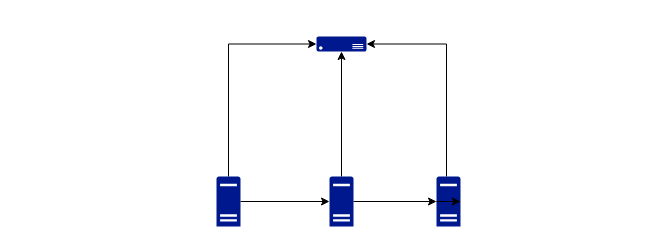
This is 未命名绘图.drawio from IloveCCCP/Onion, a draw.io file, before an edit. Source tidied: cells renumbered, new cells numbered last; positions are measured from the earlier drawing's top-left corner, leaving out a move shared by most shapes. Both pictures are drawn from the tidied source at 100%, with x=0, y=0 at pixel (216, 36).
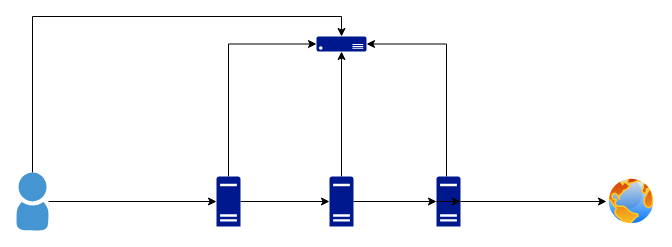
The same page after the edit.

Commit message (it also covers changes not shown here):
更新未命名绘图.drawio

Unchanged cells that the change refers to:
```xml
<mxCell id="4" style="sketch=0;shadow=0;dashed=0;html=1;strokeColor=none;labelPosition=center;verticalLabelPosition=bottom;verticalAlign=top;align=center;fillColor=#00188D;shape=mxgraph.mscae.enterprise.server_generic;" parent="1" vertex="1">
  <mxGeometry y="140" width="24" height="50" as="geometry" />
</mxCell>
<mxCell id="9" style="sketch=0;shadow=0;dashed=0;html=1;strokeColor=none;labelPosition=center;verticalLabelPosition=bottom;verticalAlign=top;align=center;fillColor=#00188D;shape=mxgraph.mscae.enterprise.server_generic;" parent="1" vertex="1">
  <mxGeometry x="220" y="140" width="24" height="50" as="geometry" />
</mxCell>
<mxCell id="10" style="sketch=0;shadow=0;dashed=0;html=1;strokeColor=none;labelPosition=center;verticalLabelPosition=bottom;verticalAlign=top;align=center;fillColor=#00188D;shape=mxgraph.azure.server;" parent="1" vertex="1">
  <mxGeometry x="100" width="50" height="15" as="geometry" />
</mxCell>
```

The edit, as a diff of the source:
```diff
@@
+    <mxCell id="12" style="edgeStyle=orthogonalEdgeStyle;rounded=0;jettySize=auto;html=1;entryX=0;entryY=0.5;entryDx=0;entryDy=0;fontFamily=Helvetica;" parent="1" edge="1" source="9" target="16">
+      <mxGeometry relative="1" as="geometry" />
+    </mxCell>
@@
-    <mxCell id="11" style="edgeStyle=orthogonalEdgeStyle;rounded=0;orthogonalLoop=1;jettySize=auto;html=1;exitX=0;exitY=0.5;exitDx=0;exitDy=0;exitPerimeter=0;entryX=1;entryY=0.5;entryDx=0;entryDy=0;entryPerimeter=0;" parent="1" edge="1" source="9" target="9">
+    <mxCell id="11" style="edgeStyle=orthogonalEdgeStyle;rounded=0;orthogonalLoop=1;jettySize=auto;html=1;exitX=0;exitY=0.5;exitDx=0;exitDy=0;exitPerimeter=0;entryX=1;entryY=0.5;entryDx=0;entryDy=0;entryPerimeter=0;fontFamily=Helvetica;" parent="1" edge="1" source="9" target="9">
       <mxGeometry relative="1" as="geometry" />
     </mxCell>
+    <mxCell id="13" style="edgeStyle=orthogonalEdgeStyle;rounded=0;jettySize=auto;html=1;entryX=0.5;entryY=0;entryDx=0;entryDy=0;entryPerimeter=0;fontFamily=Helvetica;" parent="1" edge="1" source="15" target="10">
+      <mxGeometry relative="1" as="geometry">
+        <Array as="points">
+          <mxPoint x="-184" y="-20" />
+          <mxPoint x="125" y="-20" />
+        </Array>
+      </mxGeometry>
+    </mxCell>
+    <mxCell id="14" style="edgeStyle=orthogonalEdgeStyle;rounded=0;jettySize=auto;html=1;entryX=0;entryY=0.5;entryDx=0;entryDy=0;entryPerimeter=0;fontFamily=Helvetica;" parent="1" edge="1" source="15" target="4">
+      <mxGeometry relative="1" as="geometry" />
+    </mxCell>
+    <mxCell id="15" style="shadow=0;dashed=0;html=1;strokeColor=none;fillColor=#4495D1;labelPosition=center;verticalLabelPosition=bottom;verticalAlign=top;align=center;outlineConnect=0;shape=mxgraph.veeam.2d.user;fontFamily=Helvetica;" parent="1" vertex="1">
+      <mxGeometry x="-200" y="136" width="32" height="58" as="geometry" />
+    </mxCell>
+    <mxCell id="16" style="perimeter=ellipsePerimeter;html=1;align=center;shadow=0;dashed=0;spacingTop=3;image;image=img/lib/active_directory/internet_globe.svg;fontFamily=Helvetica;" parent="1" vertex="1">
+      <mxGeometry x="390" y="140" width="50" height="50" as="geometry" />
+    </mxCell>
```
